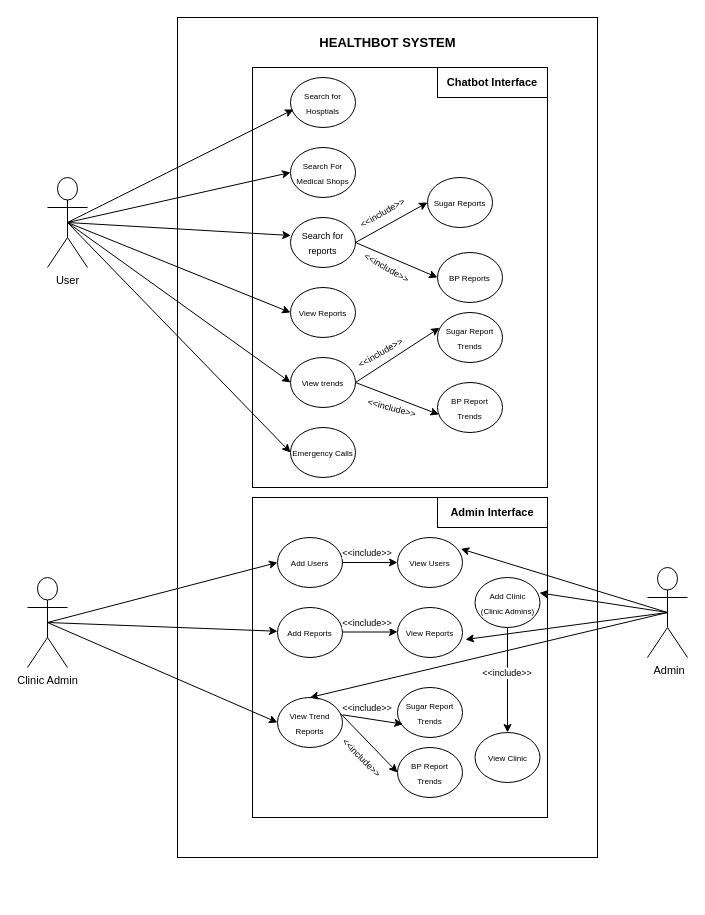
Above: UseCaseDiagram.drawio in pranavn35/ProjectDiagrams (draw.io), before the change. Source tidied: cells renumbered, new cells numbered last; positions are measured from the earlier drawing's top-left corner, leaving out a move shared by most shapes. Both pictures are drawn from the tidied source at 100%, with x=0, y=0 at pixel (27, 17).
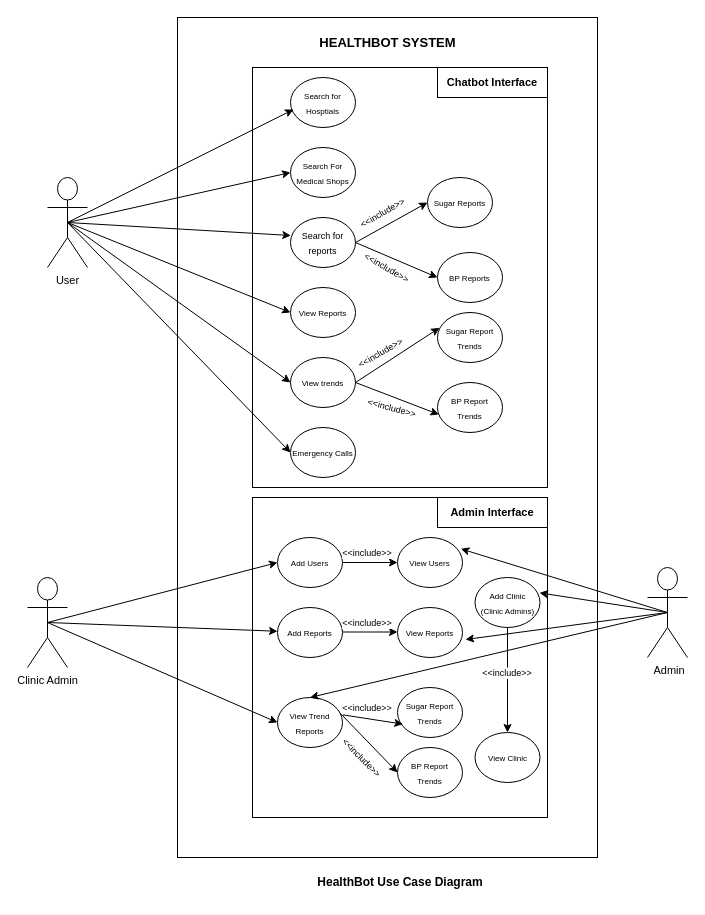
The same page after the edit.

Diff of the diagram source:
```diff
@@
+    <mxCell id="63" value="&lt;b&gt;HealthBot Use Case Diagram&lt;/b&gt;" style="text;html=1;strokeColor=none;fillColor=none;align=center;verticalAlign=middle;whiteSpace=wrap;rounded=0;" parent="1" vertex="1">
+      <mxGeometry x="272.5" y="850" width="200" height="30" as="geometry" />
+    </mxCell>
```
